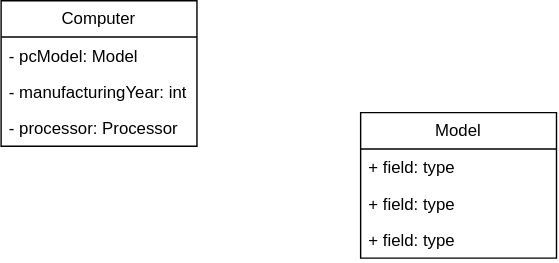
Earlier version of the draw.io export course_material/Computer-UML.drawio.svg (hornsbeef/PM_PS). Source tidied: cells renumbered, new cells last; positions are measured from the earlier drawing's top-left corner, leaving out a move shared by most shapes.
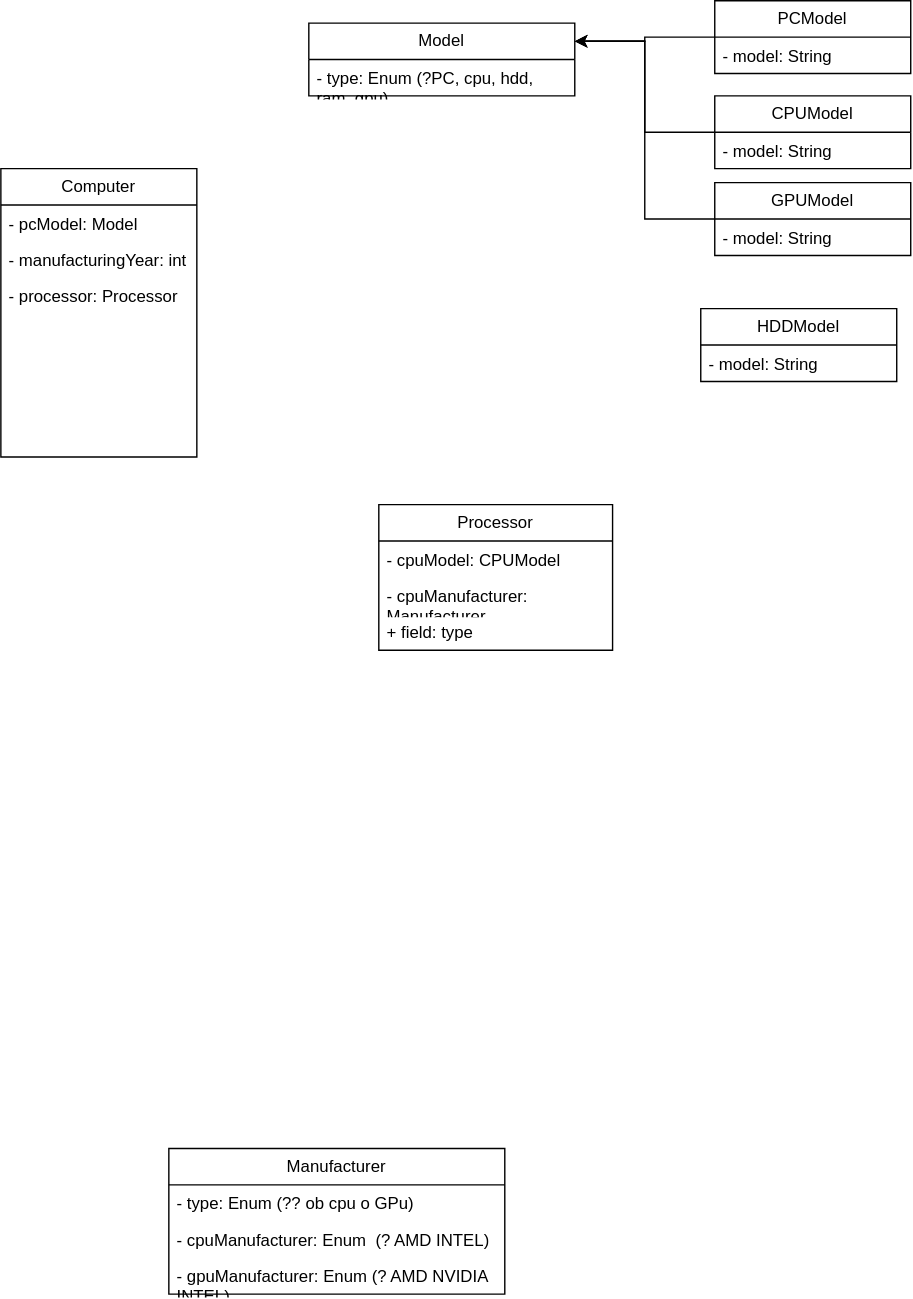
The same file after the commit.

Change to the diagram source:
```diff
@@ -3,19 +3,13 @@
     <mxCell id="0" />
     <mxCell id="1" parent="0" />
     <mxCell id="2" value="Model" style="swimlane;fontStyle=0;horizontal=1;startSize=26;fillColor=none;whiteSpace=wrap;html=1;" parent="1" vertex="1">
-      <mxGeometry x="257" y="80" width="140" height="104" as="geometry" />
+      <mxGeometry x="-13" y="-334" width="190" height="52" as="geometry" />
     </mxCell>
-    <mxCell id="3" value="+ field: type" style="text;strokeColor=none;fillColor=none;align=left;verticalAlign=top;spacingLeft=4;spacingRight=4;overflow=hidden;whiteSpace=wrap;html=1;" parent="2" vertex="1">
-      <mxGeometry y="26" width="140" height="26" as="geometry" />
+    <mxCell id="3" value="- type: Enum (?PC, cpu, hdd, ram, gpu)" style="text;strokeColor=none;fillColor=none;align=left;verticalAlign=top;spacingLeft=4;spacingRight=4;overflow=hidden;whiteSpace=wrap;html=1;" parent="2" vertex="1">
+      <mxGeometry y="26" width="190" height="26" as="geometry" />
     </mxCell>
-    <mxCell id="4" value="+ field: type" style="text;strokeColor=none;fillColor=none;align=left;verticalAlign=top;spacingLeft=4;spacingRight=4;overflow=hidden;whiteSpace=wrap;html=1;" parent="2" vertex="1">
-      <mxGeometry y="52" width="140" height="26" as="geometry" />
-    </mxCell>
-    <mxCell id="5" value="+ field: type" style="text;strokeColor=none;fillColor=none;align=left;verticalAlign=top;spacingLeft=4;spacingRight=4;overflow=hidden;whiteSpace=wrap;html=1;" parent="2" vertex="1">
-      <mxGeometry y="78" width="140" height="26" as="geometry" />
-    </mxCell>
     <mxCell id="6" value="Computer" style="swimlane;fontStyle=0;horizontal=1;startSize=26;fillColor=none;whiteSpace=wrap;html=1;" parent="1" vertex="1">
-      <mxGeometry width="140" height="104" as="geometry" />
+      <mxGeometry x="-233" y="-230" width="140" height="206" as="geometry" />
     </mxCell>
     <mxCell id="7" value="- pcModel: Model" style="text;strokeColor=none;fillColor=none;align=left;verticalAlign=top;spacingLeft=4;spacingRight=4;overflow=hidden;whiteSpace=wrap;html=1;" parent="6" vertex="1">
       <mxGeometry y="26" width="140" height="26" as="geometry" />
@@ -24,7 +18,73 @@
       <mxGeometry y="52" width="140" height="26" as="geometry" />
     </mxCell>
     <mxCell id="9" value="- processor: Processor" style="text;strokeColor=none;fillColor=none;align=left;verticalAlign=top;spacingLeft=4;spacingRight=4;overflow=hidden;whiteSpace=wrap;html=1;" parent="6" vertex="1">
-      <mxGeometry y="78" width="140" height="26" as="geometry" />
+      <mxGeometry y="78" width="140" height="32" as="geometry" />
     </mxCell>
+    <mxCell id="10" style="text;strokeColor=none;fillColor=none;align=left;verticalAlign=top;spacingLeft=4;spacingRight=4;overflow=hidden;whiteSpace=wrap;html=1;" parent="6" vertex="1">
+      <mxGeometry y="110" width="140" height="32" as="geometry" />
+    </mxCell>
+    <mxCell id="11" style="text;strokeColor=none;fillColor=none;align=left;verticalAlign=top;spacingLeft=4;spacingRight=4;overflow=hidden;whiteSpace=wrap;html=1;" parent="6" vertex="1">
+      <mxGeometry y="142" width="140" height="32" as="geometry" />
+    </mxCell>
+    <mxCell id="12" style="text;strokeColor=none;fillColor=none;align=left;verticalAlign=top;spacingLeft=4;spacingRight=4;overflow=hidden;whiteSpace=wrap;html=1;" parent="6" vertex="1">
+      <mxGeometry y="174" width="140" height="32" as="geometry" />
+    </mxCell>
+    <mxCell id="13" value="Processor" style="swimlane;fontStyle=0;horizontal=1;startSize=26;fillColor=none;whiteSpace=wrap;html=1;" parent="1" vertex="1">
+      <mxGeometry x="37" y="10" width="167" height="104" as="geometry" />
+    </mxCell>
+    <mxCell id="14" value="- cpuModel: CPUModel" style="text;strokeColor=none;fillColor=none;align=left;verticalAlign=top;spacingLeft=4;spacingRight=4;overflow=hidden;whiteSpace=wrap;html=1;" parent="13" vertex="1">
+      <mxGeometry y="26" width="167" height="26" as="geometry" />
+    </mxCell>
+    <mxCell id="15" value="- cpuManufacturer: Manufacturer" style="text;strokeColor=none;fillColor=none;align=left;verticalAlign=top;spacingLeft=4;spacingRight=4;overflow=hidden;whiteSpace=wrap;html=1;" parent="13" vertex="1">
+      <mxGeometry y="52" width="167" height="26" as="geometry" />
+    </mxCell>
+    <mxCell id="16" value="+ field: type" style="text;strokeColor=none;fillColor=none;align=left;verticalAlign=top;spacingLeft=4;spacingRight=4;overflow=hidden;whiteSpace=wrap;html=1;" parent="13" vertex="1">
+      <mxGeometry y="78" width="167" height="26" as="geometry" />
+    </mxCell>
+    <mxCell id="17" value="&lt;div&gt;Manufacturer&lt;/div&gt;" style="swimlane;fontStyle=0;horizontal=1;startSize=26;fillColor=none;whiteSpace=wrap;html=1;" parent="1" vertex="1">
+      <mxGeometry x="-113" y="470" width="240" height="104" as="geometry" />
+    </mxCell>
+    <mxCell id="18" value="- type: Enum (?? ob cpu o GPu)" style="text;strokeColor=none;fillColor=none;align=left;verticalAlign=top;spacingLeft=4;spacingRight=4;overflow=hidden;whiteSpace=wrap;html=1;" parent="17" vertex="1">
+      <mxGeometry y="26" width="240" height="26" as="geometry" />
+    </mxCell>
+    <mxCell id="19" value="- cpuManufacturer: Enum&amp;nbsp; (? AMD INTEL)" style="text;strokeColor=none;fillColor=none;align=left;verticalAlign=top;spacingLeft=4;spacingRight=4;overflow=hidden;whiteSpace=wrap;html=1;" parent="17" vertex="1">
+      <mxGeometry y="52" width="240" height="26" as="geometry" />
+    </mxCell>
+    <mxCell id="20" value="&lt;div&gt;- gpuManufacturer: Enum (? AMD NVIDIA INTEL)&lt;/div&gt;&lt;div&gt;&lt;br&gt;&lt;/div&gt;" style="text;strokeColor=none;fillColor=none;align=left;verticalAlign=top;spacingLeft=4;spacingRight=4;overflow=hidden;whiteSpace=wrap;html=1;" parent="17" vertex="1">
+      <mxGeometry y="78" width="240" height="26" as="geometry" />
+    </mxCell>
+    <mxCell id="21" style="edgeStyle=orthogonalEdgeStyle;rounded=0;jettySize=auto;html=1;exitX=0;exitY=0.5;exitDx=0;exitDy=0;entryX=1;entryY=0.25;entryDx=0;entryDy=0;" parent="1" edge="1" source="22" target="2">
+      <mxGeometry relative="1" as="geometry" />
+    </mxCell>
+    <mxCell id="22" value="&lt;div&gt;PCModel&lt;/div&gt;" style="swimlane;fontStyle=0;horizontal=1;startSize=26;fillColor=none;whiteSpace=wrap;html=1;" parent="1" vertex="1">
+      <mxGeometry x="277" y="-350" width="140" height="52" as="geometry" />
+    </mxCell>
+    <mxCell id="23" value="- model: String" style="text;strokeColor=none;fillColor=none;align=left;verticalAlign=top;spacingLeft=4;spacingRight=4;overflow=hidden;whiteSpace=wrap;html=1;" parent="22" vertex="1">
+      <mxGeometry y="26" width="140" height="26" as="geometry" />
+    </mxCell>
+    <mxCell id="24" style="edgeStyle=orthogonalEdgeStyle;rounded=0;jettySize=auto;html=1;exitX=0;exitY=0.5;exitDx=0;exitDy=0;entryX=1;entryY=0.25;entryDx=0;entryDy=0;" parent="1" edge="1" source="25" target="2">
+      <mxGeometry relative="1" as="geometry" />
+    </mxCell>
+    <mxCell id="25" value="&lt;div&gt;CPUModel&lt;/div&gt;" style="swimlane;fontStyle=0;horizontal=1;startSize=26;fillColor=none;whiteSpace=wrap;html=1;" parent="1" vertex="1">
+      <mxGeometry x="277" y="-282" width="140" height="52" as="geometry" />
+    </mxCell>
+    <mxCell id="26" value="- model: String" style="text;strokeColor=none;fillColor=none;align=left;verticalAlign=top;spacingLeft=4;spacingRight=4;overflow=hidden;whiteSpace=wrap;html=1;" parent="25" vertex="1">
+      <mxGeometry y="26" width="140" height="26" as="geometry" />
+    </mxCell>
+    <mxCell id="27" style="edgeStyle=orthogonalEdgeStyle;rounded=0;jettySize=auto;html=1;entryX=1;entryY=0.25;entryDx=0;entryDy=0;" parent="1" edge="1" source="28" target="2">
+      <mxGeometry relative="1" as="geometry" />
+    </mxCell>
+    <mxCell id="28" value="&lt;div&gt;GPUModel&lt;/div&gt;" style="swimlane;fontStyle=0;horizontal=1;startSize=26;fillColor=none;whiteSpace=wrap;html=1;" parent="1" vertex="1">
+      <mxGeometry x="277" y="-220" width="140" height="52" as="geometry" />
+    </mxCell>
+    <mxCell id="29" value="- model: String" style="text;strokeColor=none;fillColor=none;align=left;verticalAlign=top;spacingLeft=4;spacingRight=4;overflow=hidden;whiteSpace=wrap;html=1;" parent="28" vertex="1">
+      <mxGeometry y="26" width="140" height="26" as="geometry" />
+    </mxCell>
+    <mxCell id="30" value="&lt;div&gt;HDDModel&lt;/div&gt;" style="swimlane;fontStyle=0;horizontal=1;startSize=26;fillColor=none;whiteSpace=wrap;html=1;" parent="1" vertex="1">
+      <mxGeometry x="267" y="-130" width="140" height="52" as="geometry" />
+    </mxCell>
+    <mxCell id="31" value="- model: String" style="text;strokeColor=none;fillColor=none;align=left;verticalAlign=top;spacingLeft=4;spacingRight=4;overflow=hidden;whiteSpace=wrap;html=1;" parent="30" vertex="1">
+      <mxGeometry y="26" width="140" height="26" as="geometry" />
+    </mxCell>
   </root>
 </mxGraphModel>
```
